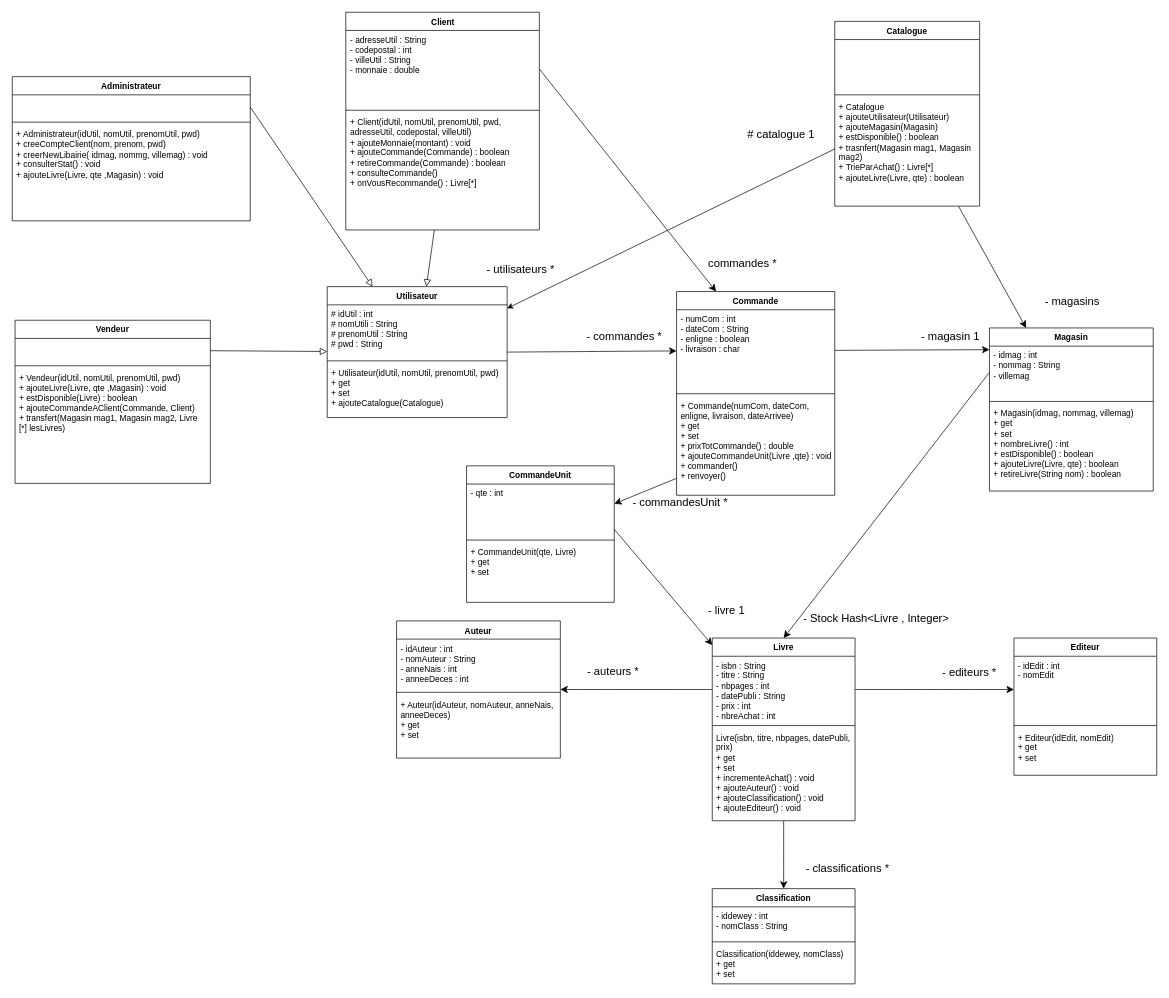
Earlier version of the draw.io diagram UML.drawio (BastienMonet/SAEjava2.03). Source tidied: cells renumbered, new cells numbered last; positions are measured from the earlier drawing's top-left corner, leaving out a move shared by most shapes. Both pictures are drawn from the tidied source at 70%, with x=0, y=0 at pixel (12, 12).
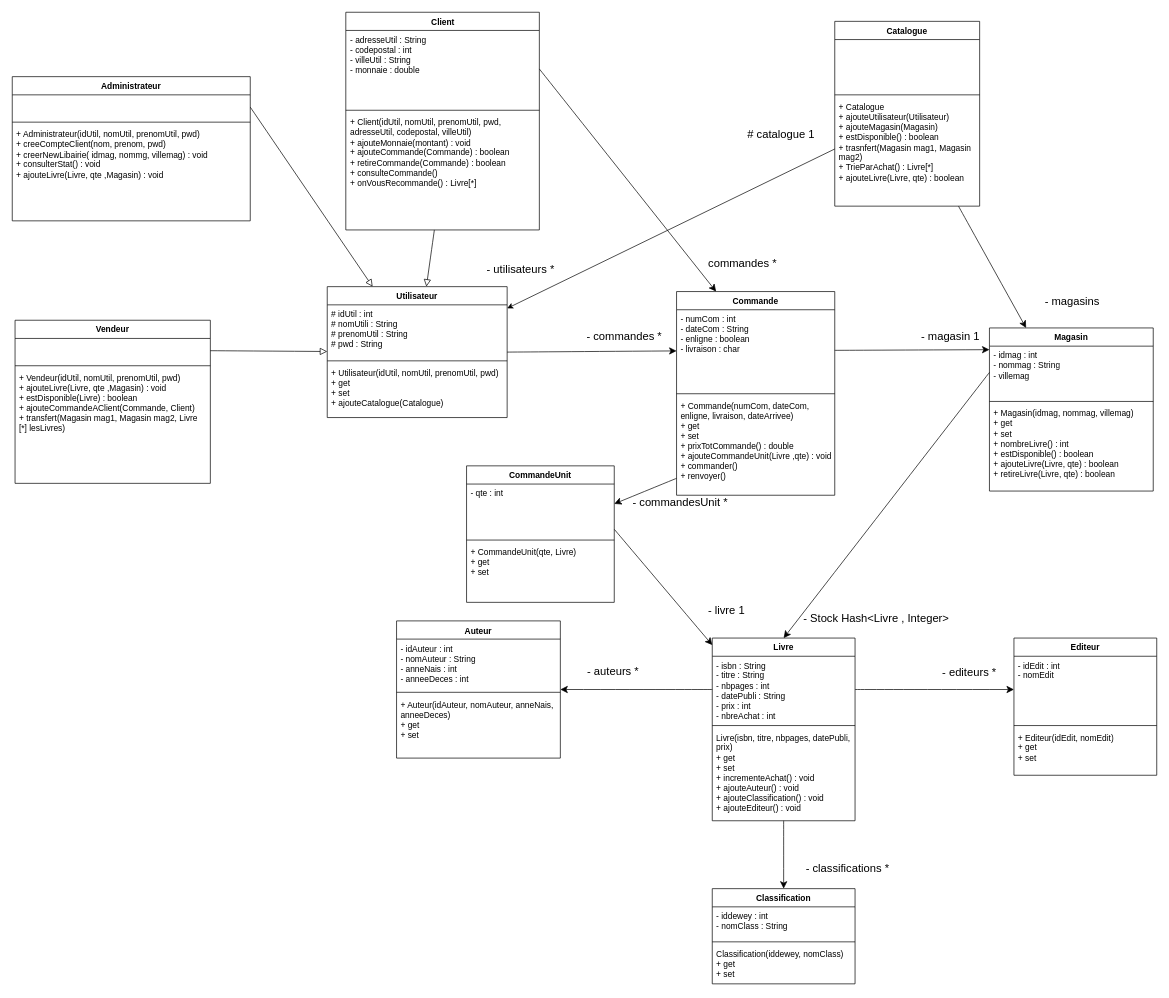
Above is the later version.

The change refers to these unchanged cells:
```xml
<mxCell id="34" value="Magasin" style="swimlane;fontStyle=1;align=center;verticalAlign=top;horizontal=1;startSize=26;whiteSpace=wrap;html=1;" parent="1" vertex="1">
  <mxGeometry x="1396" y="451" width="234" height="233" as="geometry" />
</mxCell>
```

Diff of the diagram source:
```diff
@@
-    <mxCell id="37" value="&lt;div&gt;&lt;div&gt;+ Magasin(idmag, nommag, villemag)&lt;/div&gt;&lt;div&gt;+ get&lt;/div&gt;&lt;div&gt;+ set&lt;/div&gt;&lt;/div&gt;&lt;div&gt;+ nombreLivre() : int&lt;/div&gt;&lt;div&gt;+ estDisponible() : boolean&lt;/div&gt;&lt;div&gt;+ ajouteLivre(Livre, qte) : boolean&lt;/div&gt;&lt;div&gt;+ retireLivre(String nom) : boolean&lt;/div&gt;" style="text;strokeColor=none;fillColor=none;align=left;verticalAlign=top;spacingLeft=4;spacingRight=4;overflow=hidden;whiteSpace=wrap;html=1;" parent="34" vertex="1">
+    <mxCell id="37" value="&lt;div&gt;&lt;div&gt;+ Magasin(idmag, nommag, villemag)&lt;/div&gt;&lt;div&gt;+ get&lt;/div&gt;&lt;div&gt;+ set&lt;/div&gt;&lt;/div&gt;&lt;div&gt;+ nombreLivre() : int&lt;/div&gt;&lt;div&gt;+ estDisponible() : boolean&lt;/div&gt;&lt;div&gt;+ ajouteLivre(Livre, qte) : boolean&lt;/div&gt;&lt;div&gt;+ retireLivre(Livre, qte) : boolean&lt;/div&gt;" style="text;strokeColor=none;fillColor=none;align=left;verticalAlign=top;spacingLeft=4;spacingRight=4;overflow=hidden;whiteSpace=wrap;html=1;" parent="34" vertex="1">
       <mxGeometry y="109" width="234" height="124" as="geometry" />
     </mxCell>
```
